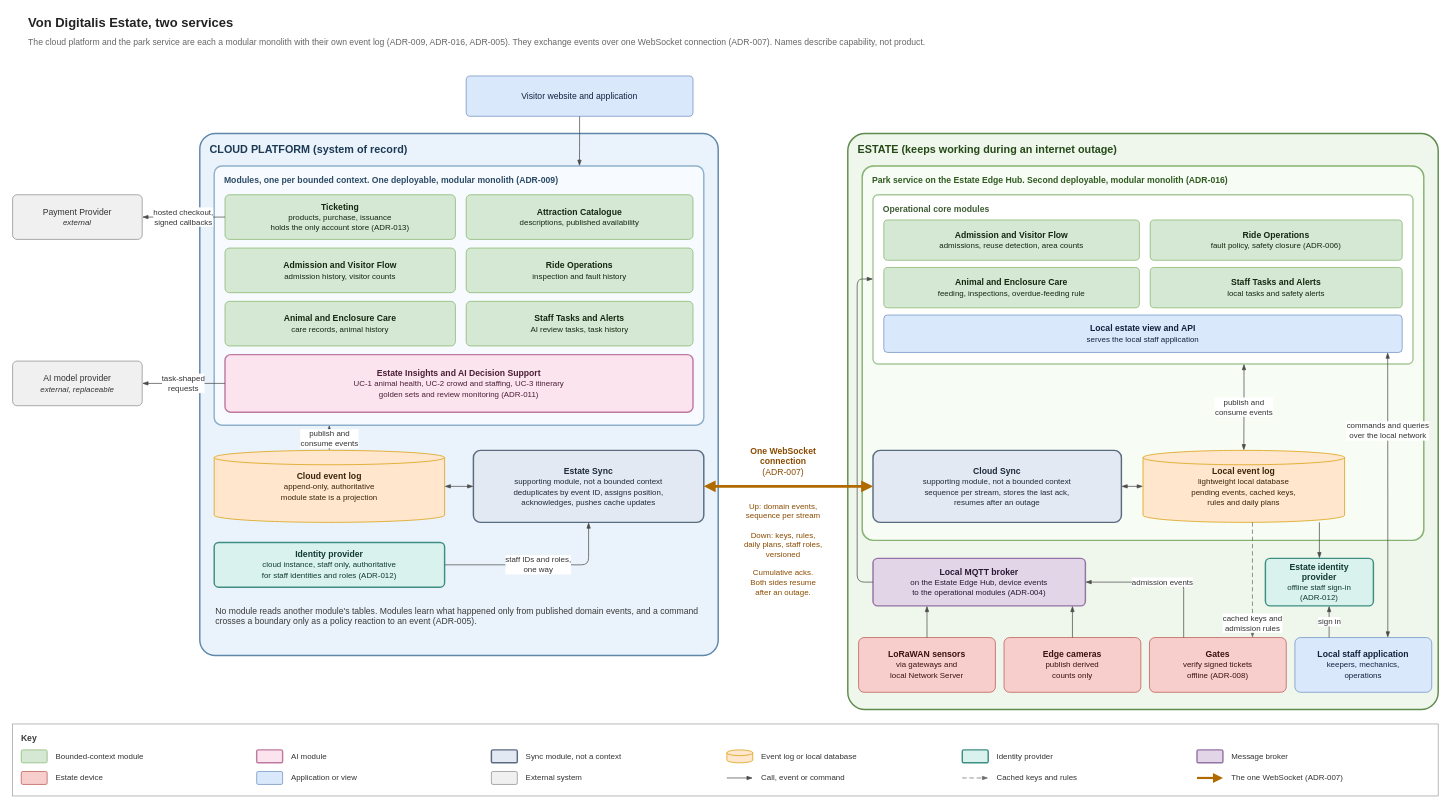
This is diagrams/architecture-cloud-estate.drawio from malloc37/ByteDojoArchiKata2026, a draw.io file, before an edit. Source tidied: cells renumbered, new cells numbered last; positions are measured from the earlier drawing's top-left corner, leaving out a move shared by most shapes. Both pictures are drawn from the tidied source at 72%, with x=0, y=0 at pixel (12, 12).
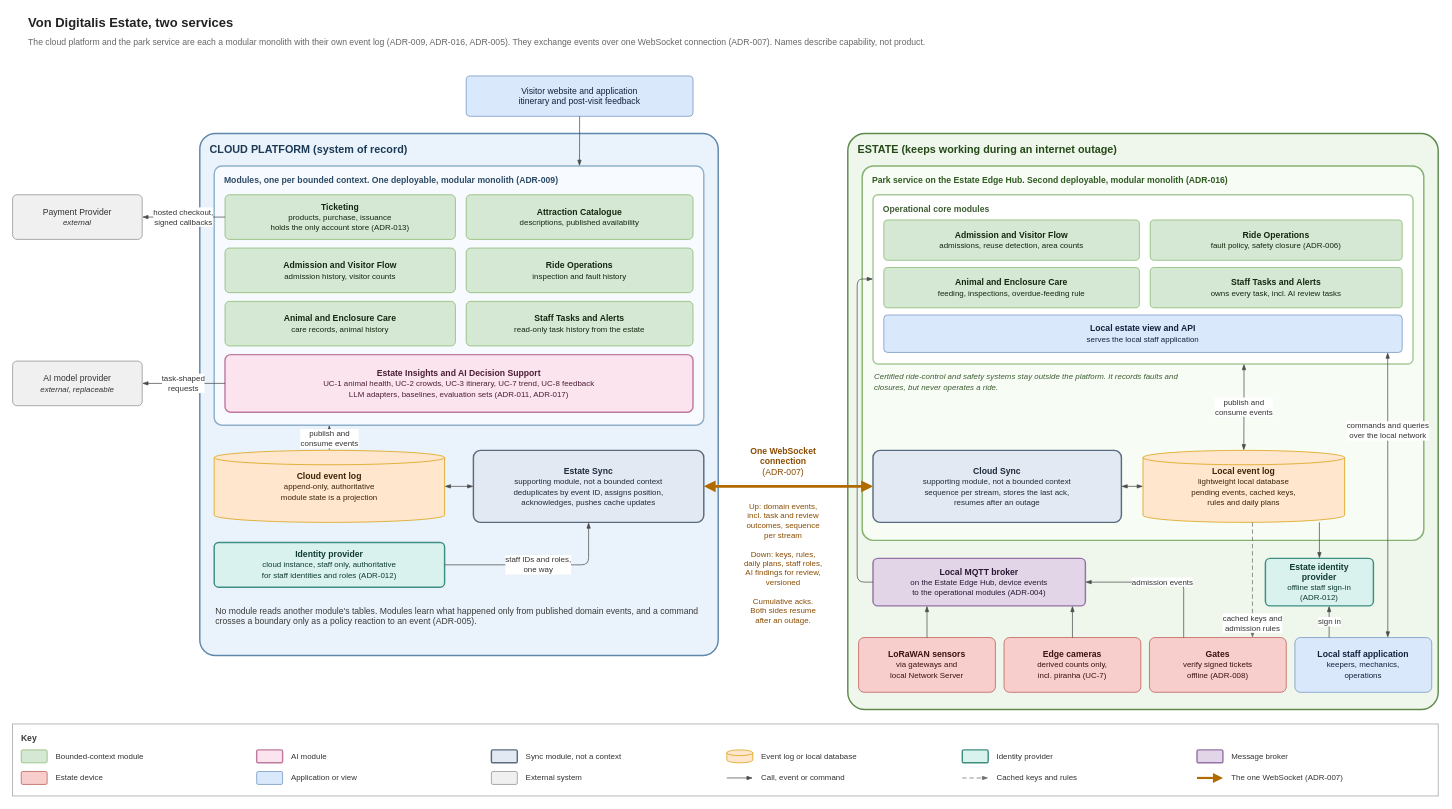
After the change.

Change to the diagram source:
```diff
@@
-    <mxCell id="6" value="Visitor website and application" style="rounded=1;whiteSpace=wrap;html=1;arcSize=10;fontSize=12;verticalAlign=middle;fillColor=#DAE8FC;strokeColor=#6C8EBF;fontColor=#12223A;" parent="1" vertex="1">
+    <mxCell id="6" value="Visitor website and application&#10;itinerary and post-visit feedback" style="rounded=1;whiteSpace=wrap;html=1;arcSize=10;fontSize=12;verticalAlign=middle;fillColor=#DAE8FC;strokeColor=#6C8EBF;fontColor=#12223A;" parent="1" vertex="1">
       <mxGeometry x="630" y="88" width="315" height="56" as="geometry" />
     </mxCell>
@@
-    <mxCell id="14" value="&lt;b&gt;Staff Tasks and Alerts&lt;/b&gt;&lt;br&gt;&lt;span style='font-size:11px'&gt;AI review tasks, task history&lt;/span&gt;" style="rounded=1;whiteSpace=wrap;html=1;arcSize=10;fontSize=12;verticalAlign=middle;fillColor=#D5E8D4;strokeColor=#82B366;fontColor=#13290F;" parent="1" vertex="1">
+    <mxCell id="14" value="&lt;b&gt;Staff Tasks and Alerts&lt;/b&gt;&lt;br&gt;&lt;span style='font-size:11px'&gt;read-only task history from the estate&lt;/span&gt;" style="rounded=1;whiteSpace=wrap;html=1;arcSize=10;fontSize=12;verticalAlign=middle;fillColor=#D5E8D4;strokeColor=#82B366;fontColor=#13290F;" parent="1" vertex="1">
       <mxGeometry x="630" y="401" width="315" height="62" as="geometry" />
     </mxCell>
-    <mxCell id="15" value="&lt;b&gt;Estate Insights and AI Decision Support&lt;/b&gt;&lt;br&gt;&lt;span style='font-size:11px'&gt;UC-1 animal health, UC-2 crowd and staffing, UC-3 itinerary&lt;br&gt;golden sets and review monitoring (ADR-011)&lt;/span&gt;" style="rounded=1;whiteSpace=wrap;html=1;arcSize=10;fontSize=12;verticalAlign=middle;fillColor=#FCE4EF;strokeColor=#C079A0;strokeWidth=2;fontColor=#4A1F36;" parent="1" vertex="1">
+    <mxCell id="15" value="&lt;b&gt;Estate Insights and AI Decision Support&lt;/b&gt;&lt;br&gt;&lt;span style='font-size:11px'&gt;UC-1 animal health, UC-2 crowds, UC-3 itinerary, UC-7 trend, UC-8 feedback&lt;br&gt;LLM adapters, baselines, evaluation sets (ADR-011, ADR-017)&lt;/span&gt;" style="rounded=1;whiteSpace=wrap;html=1;arcSize=10;fontSize=12;verticalAlign=middle;fillColor=#FCE4EF;strokeColor=#C079A0;strokeWidth=2;fontColor=#4A1F36;" parent="1" vertex="1">
       <mxGeometry x="295" y="475" width="650" height="80" as="geometry" />
     </mxCell>
@@
-    <mxCell id="32" value="&lt;b&gt;Staff Tasks and Alerts&lt;/b&gt;&lt;br&gt;&lt;span style='font-size:11px'&gt;local tasks and safety alerts&lt;/span&gt;" style="rounded=1;whiteSpace=wrap;html=1;arcSize=10;fontSize=12;verticalAlign=middle;fillColor=#D5E8D4;strokeColor=#82B366;fontColor=#13290F;" parent="1" vertex="1">
+    <mxCell id="32" value="&lt;b&gt;Staff Tasks and Alerts&lt;/b&gt;&lt;br&gt;&lt;span style='font-size:11px'&gt;owns every task, incl. AI review tasks&lt;/span&gt;" style="rounded=1;whiteSpace=wrap;html=1;arcSize=10;fontSize=12;verticalAlign=middle;fillColor=#D5E8D4;strokeColor=#82B366;fontColor=#13290F;" parent="1" vertex="1">
       <mxGeometry x="1580" y="354" width="350" height="56" as="geometry" />
     </mxCell>
@@
-    <mxCell id="38" value="&lt;b&gt;Edge cameras&lt;/b&gt;&lt;br&gt;&lt;span style='font-size:11px'&gt;publish derived&lt;br&gt;counts only&lt;/span&gt;" style="rounded=1;whiteSpace=wrap;html=1;arcSize=10;fontSize=12;verticalAlign=middle;fillColor=#F8CECC;strokeColor=#B85450;fontColor=#3A1210;" parent="1" vertex="1">
+    <mxCell id="38" value="&lt;b&gt;Edge cameras&lt;/b&gt;&lt;br&gt;&lt;span style='font-size:11px'&gt;derived counts only,&lt;br&gt;incl. piranha (UC-7)&lt;/span&gt;" style="rounded=1;whiteSpace=wrap;html=1;arcSize=10;fontSize=12;verticalAlign=middle;fillColor=#F8CECC;strokeColor=#B85450;fontColor=#3A1210;" parent="1" vertex="1">
       <mxGeometry x="1377" y="868" width="190" height="76" as="geometry" />
     </mxCell>
@@
-    <mxCell id="54" value="Up: domain events,&lt;br&gt;sequence per stream&lt;br&gt;&lt;br&gt;Down: keys, rules,&lt;br&gt;daily plans, staff roles,&lt;br&gt;versioned&lt;br&gt;&lt;br&gt;Cumulative acks.&lt;br&gt;Both sides resume&lt;br&gt;after an outage." style="text;html=1;align=center;verticalAlign=top;fontSize=11;fontColor=#8A4B00;" parent="1" vertex="1">
-      <mxGeometry x="985" y="673" width="170" height="170" as="geometry" />
+    <mxCell id="54" value="Up: domain events,&lt;br&gt;incl. task and review&lt;br&gt;outcomes, sequence&lt;br&gt;per stream&lt;br&gt;&lt;br&gt;Down: keys, rules,&lt;br&gt;daily plans, staff roles,&lt;br&gt;AI findings for review,&lt;br&gt;versioned&lt;br&gt;&lt;br&gt;Cumulative acks.&lt;br&gt;Both sides resume&lt;br&gt;after an outage." style="text;html=1;align=center;verticalAlign=top;fontSize=11;fontColor=#8A4B00;" parent="1" vertex="1">
+      <mxGeometry x="985" y="673" width="170" height="220" as="geometry" />
     </mxCell>
@@
+    <mxCell id="80" value="Certified ride-control and safety systems stay outside the platform. It records faults and closures, but never operates a ride." style="text;html=1;align=left;verticalAlign=middle;fontSize=11;fontStyle=2;fontColor=#3E5C33;whiteSpace=wrap;" parent="1" vertex="1">
+      <mxGeometry x="1195" y="493" width="470" height="40" as="geometry" />
+    </mxCell>
```
